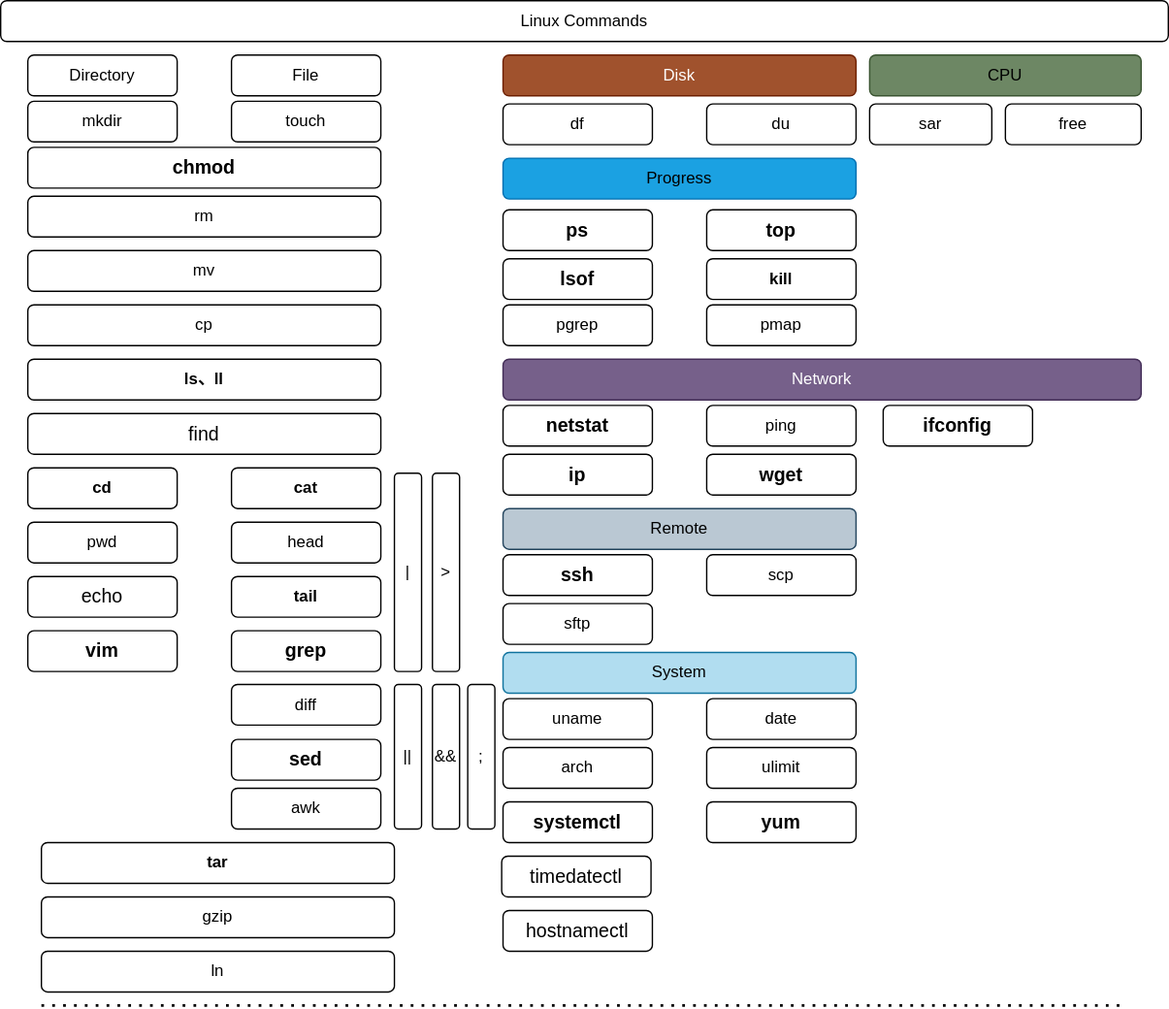
The draw.io diagram 03-工作环境/images/Linux-Commands.svg in cd-home/Root, before a commit. Source tidied: cells renumbered, new cells last; positions are measured from the earlier drawing's top-left corner, leaving out a move shared by most shapes.
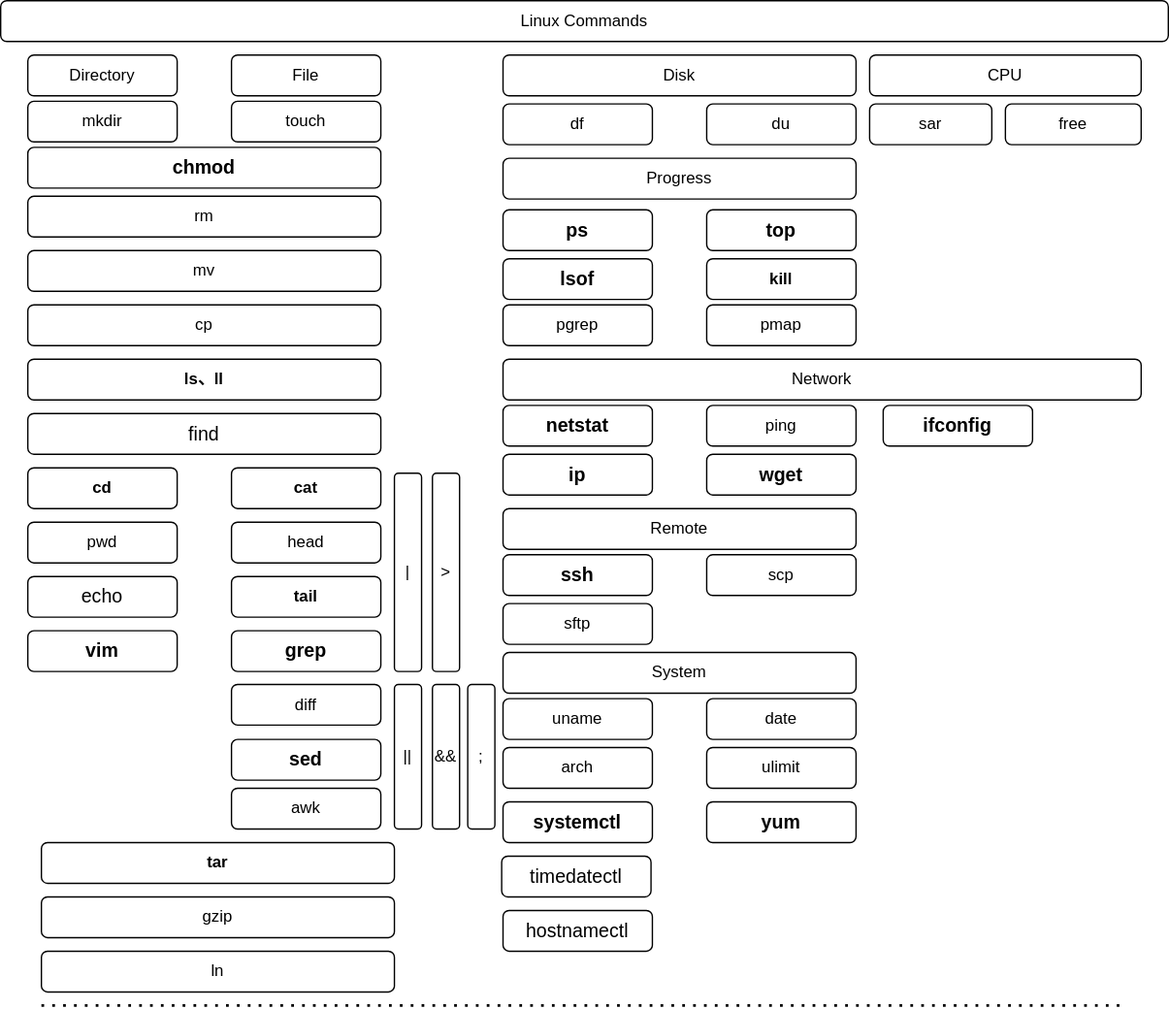
The same file after the commit.

Change to the diagram source:
```diff
@@ -68,7 +68,7 @@
     <mxCell id="23" value="awk" style="rounded=1;whiteSpace=wrap;html=1;" parent="1" vertex="1">
       <mxGeometry x="170" y="580" width="110" height="30" as="geometry" />
     </mxCell>
-    <mxCell id="24" value="Disk" style="rounded=1;whiteSpace=wrap;html=1;fillColor=#a0522d;strokeColor=#6D1F00;fontColor=#ffffff;" parent="1" vertex="1">
+    <mxCell id="24" value="Disk" style="rounded=1;whiteSpace=wrap;html=1;" parent="1" vertex="1">
       <mxGeometry x="370" y="40" width="260" height="30" as="geometry" />
     </mxCell>
     <mxCell id="25" value="df" style="rounded=1;whiteSpace=wrap;html=1;" parent="1" vertex="1">
@@ -83,7 +83,7 @@
     <mxCell id="28" value="gzip" style="rounded=1;whiteSpace=wrap;html=1;" parent="1" vertex="1">
       <mxGeometry x="30" y="660" width="260" height="30" as="geometry" />
     </mxCell>
-    <mxCell id="29" value="&lt;font color=&quot;#000000&quot;&gt;Progress&lt;/font&gt;" style="rounded=1;whiteSpace=wrap;html=1;fillColor=#1ba1e2;strokeColor=#006EAF;fontColor=#ffffff;" parent="1" vertex="1">
+    <mxCell id="29" value="&lt;font color=&quot;#000000&quot;&gt;Progress&lt;/font&gt;" style="rounded=1;whiteSpace=wrap;html=1;" parent="1" vertex="1">
       <mxGeometry x="370" y="116" width="260" height="30" as="geometry" />
     </mxCell>
     <mxCell id="30" value="ps" style="rounded=1;whiteSpace=wrap;html=1;fontSize=14;fontStyle=1;" parent="1" vertex="1">
@@ -110,7 +110,7 @@
     <mxCell id="37" value="&amp;amp;&amp;amp;" style="rounded=1;whiteSpace=wrap;html=1;" parent="1" vertex="1">
       <mxGeometry x="318" y="503.5" width="20" height="106.5" as="geometry" />
     </mxCell>
-    <mxCell id="38" value="Network" style="rounded=1;whiteSpace=wrap;html=1;fillColor=#76608a;strokeColor=#432D57;fontColor=#ffffff;" parent="1" vertex="1">
+    <mxCell id="38" value="Network" style="rounded=1;whiteSpace=wrap;html=1;" parent="1" vertex="1">
       <mxGeometry x="370" y="264" width="470" height="30" as="geometry" />
     </mxCell>
     <mxCell id="39" value="netstat" style="rounded=1;whiteSpace=wrap;html=1;fontSize=14;fontStyle=1;" parent="1" vertex="1">
@@ -125,7 +125,7 @@
     <mxCell id="42" value="wget" style="rounded=1;whiteSpace=wrap;html=1;fontSize=14;fontStyle=1;" parent="1" vertex="1">
       <mxGeometry x="520" y="334" width="110" height="30" as="geometry" />
     </mxCell>
-    <mxCell id="43" value="Remote" style="rounded=1;whiteSpace=wrap;html=1;fillColor=#bac8d3;strokeColor=#23445d;" parent="1" vertex="1">
+    <mxCell id="43" value="Remote" style="rounded=1;whiteSpace=wrap;html=1;" parent="1" vertex="1">
       <mxGeometry x="370" y="374" width="260" height="30" as="geometry" />
     </mxCell>
     <mxCell id="44" value="ssh" style="rounded=1;whiteSpace=wrap;html=1;fontSize=14;fontStyle=1;" parent="1" vertex="1">
@@ -137,7 +137,7 @@
     <mxCell id="46" value="sftp" style="rounded=1;whiteSpace=wrap;html=1;" parent="1" vertex="1">
       <mxGeometry x="370" y="444" width="110" height="30" as="geometry" />
     </mxCell>
-    <mxCell id="47" value="System" style="rounded=1;whiteSpace=wrap;html=1;fillColor=#b1ddf0;strokeColor=#10739e;" parent="1" vertex="1">
+    <mxCell id="47" value="System" style="rounded=1;whiteSpace=wrap;html=1;" parent="1" vertex="1">
       <mxGeometry x="370" y="480" width="260" height="30" as="geometry" />
     </mxCell>
     <mxCell id="48" value="uname" style="rounded=1;whiteSpace=wrap;html=1;" parent="1" vertex="1">
@@ -158,7 +158,7 @@
     <mxCell id="53" value=";" style="rounded=1;whiteSpace=wrap;html=1;" parent="1" vertex="1">
       <mxGeometry x="344" y="503.5" width="20" height="106.5" as="geometry" />
     </mxCell>
-    <mxCell id="54" value="&lt;font color=&quot;#000000&quot;&gt;CPU&lt;/font&gt;" style="rounded=1;whiteSpace=wrap;html=1;fillColor=#6d8764;strokeColor=#3A5431;fontColor=#ffffff;" parent="1" vertex="1">
+    <mxCell id="54" value="&lt;font color=&quot;#000000&quot;&gt;CPU&lt;/font&gt;" style="rounded=1;whiteSpace=wrap;html=1;" parent="1" vertex="1">
       <mxGeometry x="640" y="40" width="200" height="30" as="geometry" />
     </mxCell>
     <mxCell id="55" value="sar" style="rounded=1;whiteSpace=wrap;html=1;" parent="1" vertex="1">
```
